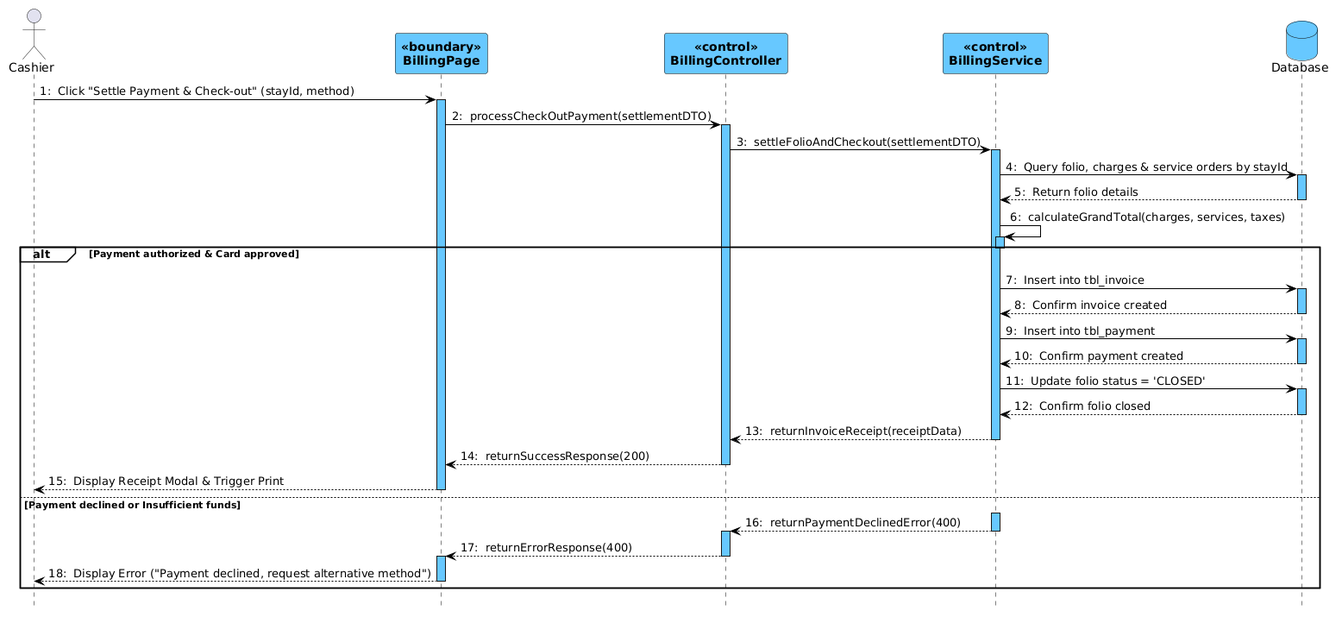
hieupeek/sba_doc keeps this PlantUML diagram as docs/Class + Sequence/seq_45_billing.png. Above is the earlier version.
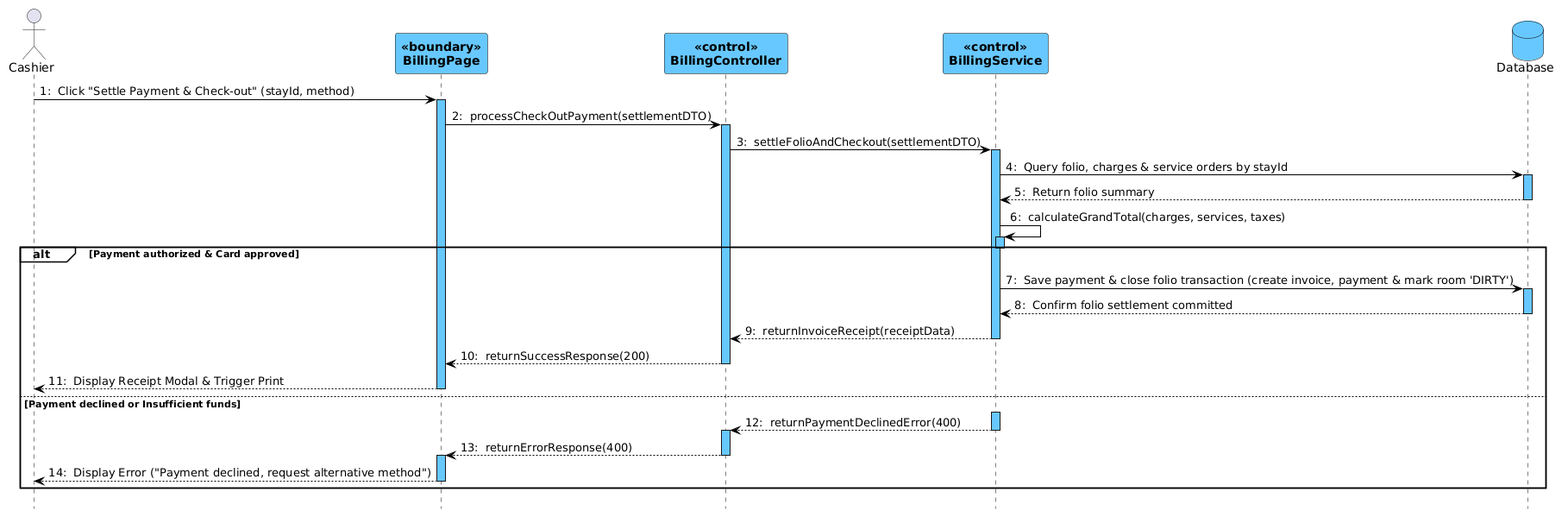
After the change.

Commit message:
docs: streamline database interactions to transaction-level operations in sequence diagrams

Change to the diagram source:
```diff
@@ -40,7 +40,7 @@
 
 BillingService -> Database : Query folio, charges & service orders by stayId
 activate Database
-Database --> BillingService : Return folio details
+Database --> BillingService : Return folio summary
 deactivate Database
 
 BillingService -> BillingService : calculateGrandTotal(charges, services, taxes)
@@ -48,19 +48,9 @@
 deactivate BillingService
 
 alt Payment authorized & Card approved
-    BillingService -> Database : Insert into tbl_invoice
+    BillingService -> Database : Save payment & close folio transaction (create invoice, payment & mark room 'DIRTY')
     activate Database
-    Database --> BillingService : Confirm invoice created
-    deactivate Database
-
-    BillingService -> Database : Insert into tbl_payment
-    activate Database
-    Database --> BillingService : Confirm payment created
-    deactivate Database
-
-    BillingService -> Database : Update folio status = 'CLOSED'
-    activate Database
-    Database --> BillingService : Confirm folio closed
+    Database --> BillingService : Confirm folio settlement committed
     deactivate Database
 
     BillingService --> BillingController : returnInvoiceReceipt(receiptData)
```
